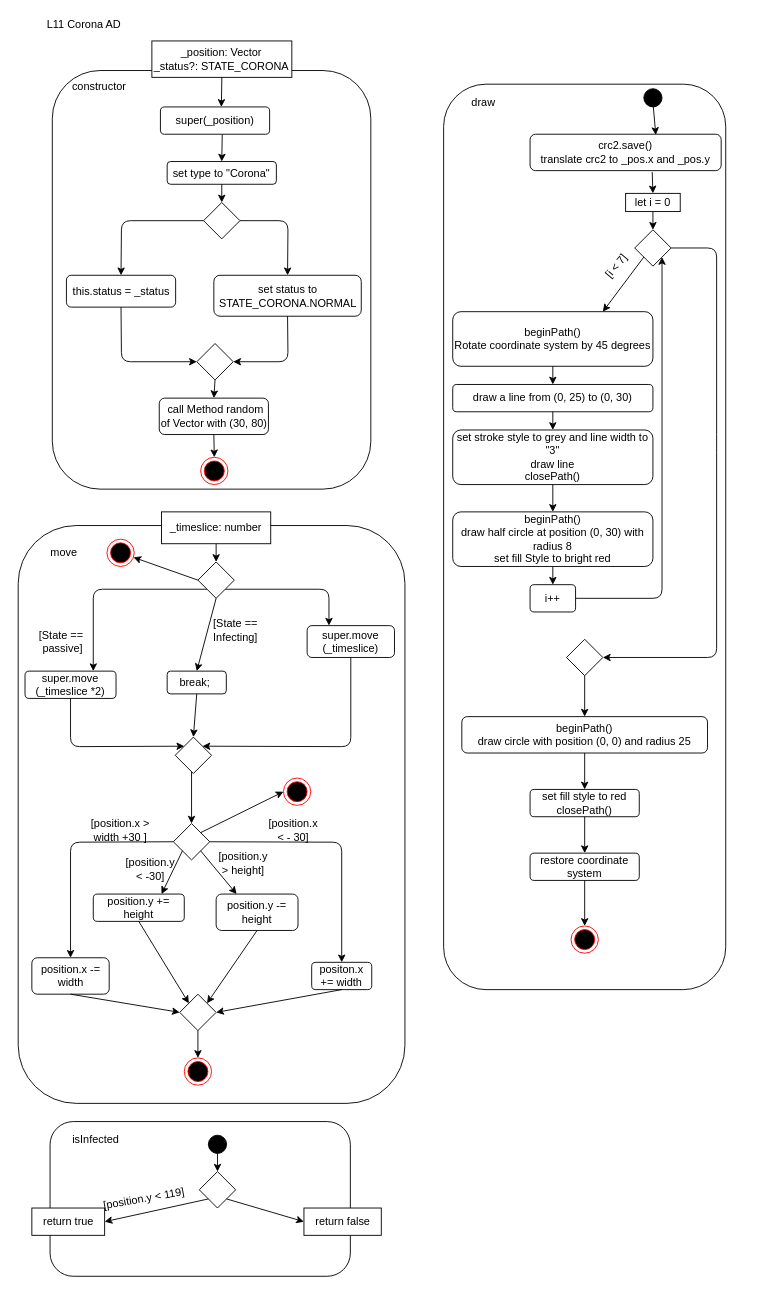
Above: page "Corona_AD" (6 of 7) of L11_Advanced/Abgabe/Konzeption/L11_AD_Classes.drawio in KohlerAl/EIA2 (draw.io), before the change. Source tidied: cells renumbered, new cells numbered last; positions are measured from the earlier drawing's top-left corner, leaving out a move shared by most shapes. Both pictures are drawn from the tidied source at 91%, with x=0, y=0 at pixel (15, 15).
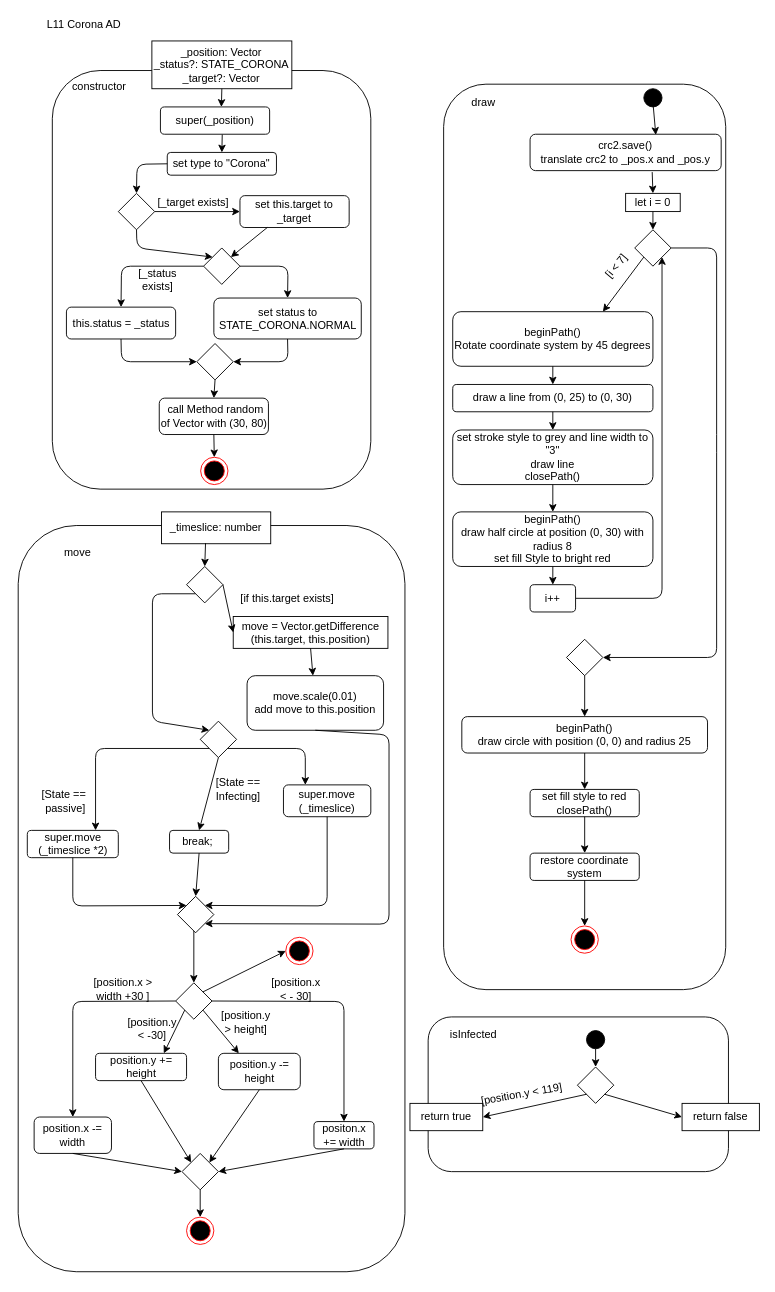
After the change.

The change refers to these unchanged cells:
```xml
<mxCell id="42" value="_timeslice: number" style="rounded=0;whiteSpace=wrap;html=1;" parent="1" vertex="1">
  <mxGeometry x="160" y="545" width="120" height="35" as="geometry" />
</mxCell>
```

Diff of the diagram source:
```diff
@@
-    <mxCell id="4" value="_position: Vector&lt;br&gt;_status?: STATE_CORONA" style="rounded=0;whiteSpace=wrap;html=1;" parent="1" vertex="1">
-      <mxGeometry x="149.4" y="27.5" width="153.8" height="40" as="geometry" />
+    <mxCell id="4" value="_position: Vector&lt;br&gt;_status?: STATE_CORONA&lt;br&gt;_target?: Vector" style="rounded=0;whiteSpace=wrap;html=1;" parent="1" vertex="1">
+      <mxGeometry x="149.4" y="27.5" width="153.8" height="52.5" as="geometry" />
     </mxCell>
@@
     <mxCell id="40" style="rounded=1;whiteSpace=wrap;html=1;" parent="1" vertex="1">
-      <mxGeometry x="2.5" y="560" width="425" height="635" as="geometry" />
+      <mxGeometry x="2.5" y="560" width="425" height="820" as="geometry" />
     </mxCell>
     <mxCell id="41" value="move" style="text;html=1;strokeColor=none;fillColor=none;align=center;verticalAlign=middle;whiteSpace=wrap;rounded=0;" parent="1" vertex="1">
-      <mxGeometry x="32.5" y="580" width="40" height="20" as="geometry" />
+      <mxGeometry x="47.5" y="580" width="40" height="20" as="geometry" />
     </mxCell>
@@
     <mxCell id="43" style="rhombus;whiteSpace=wrap;html=1;" parent="1" vertex="1">
-      <mxGeometry x="173" y="887.5" width="40" height="40" as="geometry" />
+      <mxGeometry x="175.5" y="1062.5" width="40" height="40" as="geometry" />
     </mxCell>
     <mxCell id="44" value="position.y += height" style="rounded=1;whiteSpace=wrap;html=1;" parent="1" vertex="1">
-      <mxGeometry x="85" y="965" width="100" height="30" as="geometry" />
+      <mxGeometry x="87.5" y="1140" width="100" height="30" as="geometry" />
     </mxCell>
     <mxCell id="45" value="position.y -= height" style="rounded=1;whiteSpace=wrap;html=1;" parent="1" vertex="1">
-      <mxGeometry x="220" y="965" width="90" height="40" as="geometry" />
+      <mxGeometry x="222.5" y="1140" width="90" height="40" as="geometry" />
     </mxCell>
     <mxCell id="46" style="rhombus;whiteSpace=wrap;html=1;" parent="1" vertex="1">
-      <mxGeometry x="180" y="1075" width="40" height="40" as="geometry" />
+      <mxGeometry x="182.5" y="1250" width="40" height="40" as="geometry" />
     </mxCell>
     <mxCell id="47" style="ellipse;html=1;shape=endState;fillColor=#000000;strokeColor=#ff0000;" parent="1" vertex="1">
-      <mxGeometry x="185" y="1145" width="30" height="30" as="geometry" />
+      <mxGeometry x="187.5" y="1320" width="30" height="30" as="geometry" />
     </mxCell>
@@
     <mxCell id="53" style="ellipse;html=1;shape=endState;fillColor=#000000;strokeColor=#ff0000;" parent="1" vertex="1">
-      <mxGeometry x="294" y="837.5" width="30" height="30" as="geometry" />
+      <mxGeometry x="296.5" y="1012.5" width="30" height="30" as="geometry" />
     </mxCell>
     <mxCell id="54" style="endArrow=classic;html=1;exitX=0.5;exitY=1;exitDx=0;exitDy=0;entryX=0.5;entryY=0;entryDx=0;entryDy=0;" parent="1" edge="1" target="43">
       <mxGeometry relative="1" as="geometry">
-        <mxPoint x="193" y="830" as="sourcePoint" />
+        <mxPoint x="195.5" y="1005" as="sourcePoint" />
       </mxGeometry>
     </mxCell>
-    <mxCell id="55" style="endArrow=classic;html=1;exitX=0.5;exitY=1;exitDx=0;exitDy=0;entryX=0.5;entryY=0;entryDx=0;entryDy=0;" parent="1" edge="1" source="42" target="85">
-      <mxGeometry relative="1" as="geometry" />
+    <mxCell id="55" style="endArrow=classic;html=1;exitX=0;exitY=1;exitDx=0;exitDy=0;entryX=0;entryY=0;entryDx=0;entryDy=0;" parent="1" edge="1" source="108" target="85">
+      <mxGeometry relative="1" as="geometry">
+        <Array as="points">
+          <mxPoint x="150" y="635" />
+          <mxPoint x="150" y="775" />
+        </Array>
+      </mxGeometry>
     </mxCell>
     <mxCell id="56" value="[position.y &amp;lt; -30]" style="text;html=1;strokeColor=none;fillColor=none;align=center;verticalAlign=middle;whiteSpace=wrap;rounded=0;rotation=0;" parent="1" vertex="1">
-      <mxGeometry x="127.5" y="927.5" width="39.5" height="20" as="geometry" />
+      <mxGeometry x="130" y="1102.5" width="39.5" height="20" as="geometry" />
     </mxCell>
     <mxCell id="57" value="[position.y &amp;gt; height]" style="text;html=1;strokeColor=none;fillColor=none;align=center;verticalAlign=middle;whiteSpace=wrap;rounded=0;rotation=0;" parent="1" vertex="1">
-      <mxGeometry x="225" y="915" width="50" height="32.5" as="geometry" />
+      <mxGeometry x="227.5" y="1090" width="50" height="32.5" as="geometry" />
     </mxCell>
     <mxCell id="58" value="positon.x += width" style="rounded=1;whiteSpace=wrap;html=1;" parent="1" vertex="1">
-      <mxGeometry x="325" y="1040" width="66" height="30" as="geometry" />
+      <mxGeometry x="327.5" y="1215" width="66" height="30" as="geometry" />
     </mxCell>
     <mxCell id="59" value="position.x -= width" style="rounded=1;whiteSpace=wrap;html=1;" parent="1" vertex="1">
-      <mxGeometry x="17.5" y="1035" width="85" height="40" as="geometry" />
+      <mxGeometry x="20" y="1210" width="85" height="40" as="geometry" />
     </mxCell>
     <mxCell id="60" style="endArrow=classic;html=1;exitX=0;exitY=0.5;exitDx=0;exitDy=0;entryX=0.5;entryY=0;entryDx=0;entryDy=0;" parent="1" edge="1" source="43" target="59">
       <mxGeometry relative="1" as="geometry">
         <Array as="points">
-          <mxPoint x="60" y="908" />
+          <mxPoint x="62.5" y="1083" />
         </Array>
       </mxGeometry>
     </mxCell>
     <mxCell id="61" style="endArrow=classic;html=1;exitX=1;exitY=0.5;exitDx=0;exitDy=0;entryX=0.5;entryY=0;entryDx=0;entryDy=0;" parent="1" edge="1" source="43" target="58">
       <mxGeometry relative="1" as="geometry">
         <Array as="points">
-          <mxPoint x="358" y="908" />
+          <mxPoint x="360.5" y="1083" />
         </Array>
       </mxGeometry>
     </mxCell>
@@
     <mxCell id="65" value="[position.x &amp;gt; width +30 ]" style="text;html=1;strokeColor=none;fillColor=none;align=center;verticalAlign=middle;whiteSpace=wrap;rounded=0;" parent="1" vertex="1">
-      <mxGeometry x="80" y="885" width="70" height="20" as="geometry" />
+      <mxGeometry x="82.5" y="1060" width="70" height="20" as="geometry" />
     </mxCell>
     <mxCell id="66" value="[position.x &amp;lt; - 30]" style="text;html=1;strokeColor=none;fillColor=none;align=center;verticalAlign=middle;whiteSpace=wrap;rounded=0;" parent="1" vertex="1">
-      <mxGeometry x="275" y="885" width="60" height="20" as="geometry" />
+      <mxGeometry x="277.5" y="1060" width="60" height="20" as="geometry" />
     </mxCell>
     <mxCell id="67" style="rounded=1;whiteSpace=wrap;html=1;" parent="1" vertex="1">
-      <mxGeometry x="37.5" y="1215" width="330" height="170" as="geometry" />
+      <mxGeometry x="453" y="1100" width="330" height="170" as="geometry" />
     </mxCell>
     <mxCell id="68" style="ellipse;whiteSpace=wrap;html=1;fillColor=#000000;" parent="1" vertex="1">
-      <mxGeometry x="211.5" y="1230" width="20" height="20" as="geometry" />
+      <mxGeometry x="627" y="1115" width="20" height="20" as="geometry" />
     </mxCell>
     <mxCell id="69" style="rhombus;whiteSpace=wrap;html=1;fillColor=#FFFFFF;" parent="1" vertex="1">
-      <mxGeometry x="201.5" y="1270" width="40" height="40" as="geometry" />
+      <mxGeometry x="617" y="1155" width="40" height="40" as="geometry" />
     </mxCell>
     <mxCell id="70" value="isInfected" style="text;html=1;strokeColor=none;fillColor=none;align=center;verticalAlign=middle;whiteSpace=wrap;rounded=0;" parent="1" vertex="1">
-      <mxGeometry x="67.5" y="1225" width="40" height="20" as="geometry" />
+      <mxGeometry x="483" y="1110" width="40" height="20" as="geometry" />
     </mxCell>
     <mxCell id="71" value="return true" style="rounded=0;whiteSpace=wrap;html=1;fillColor=#FFFFFF;" parent="1" vertex="1">
-      <mxGeometry x="17.5" y="1310" width="80" height="30" as="geometry" />
+      <mxGeometry x="433" y="1195" width="80" height="30" as="geometry" />
     </mxCell>
     <mxCell id="72" value="return false" style="rounded=0;whiteSpace=wrap;html=1;fillColor=#FFFFFF;" parent="1" vertex="1">
-      <mxGeometry x="316.5" y="1310" width="85" height="30" as="geometry" />
+      <mxGeometry x="732" y="1195" width="85" height="30" as="geometry" />
     </mxCell>
@@
     <mxCell id="75" style="endArrow=classic;html=1;exitX=0.5;exitY=1;exitDx=0;exitDy=0;" parent="1" edge="1" source="68">
       <mxGeometry relative="1" as="geometry">
-        <mxPoint x="221.5" y="1270" as="targetPoint" />
+        <mxPoint x="637" y="1155" as="targetPoint" />
       </mxGeometry>
     </mxCell>
     <mxCell id="76" value="[position.y &amp;lt; 119]" style="text;html=1;strokeColor=none;fillColor=none;align=center;verticalAlign=middle;whiteSpace=wrap;rounded=0;rotation=-10;" parent="1" vertex="1">
-      <mxGeometry x="85.5" y="1290" width="110" height="20" as="geometry" />
+      <mxGeometry x="501" y="1175" width="110" height="20" as="geometry" />
     </mxCell>
     <mxCell id="77" value="super.move&lt;br&gt;(_timeslice *2)" style="rounded=1;whiteSpace=wrap;html=1;" parent="1" vertex="1">
-      <mxGeometry x="10" y="720" width="100" height="30" as="geometry" />
+      <mxGeometry x="12.5" y="895" width="100" height="30" as="geometry" />
     </mxCell>
     <mxCell id="78" value="super.move&lt;br&gt;(_timeslice)" style="rounded=1;whiteSpace=wrap;html=1;" parent="1" vertex="1">
-      <mxGeometry x="320" y="670" width="96" height="35" as="geometry" />
+      <mxGeometry x="294" y="845" width="96" height="35" as="geometry" />
     </mxCell>
     <mxCell id="79" style="endArrow=classic;html=1;exitX=0;exitY=1;exitDx=0;exitDy=0;entryX=0.75;entryY=0;entryDx=0;entryDy=0;" parent="1" edge="1" source="85" target="77">
       <mxGeometry relative="1" as="geometry">
         <Array as="points">
-          <mxPoint x="85" y="630" />
+          <mxPoint x="87.5" y="805" />
         </Array>
       </mxGeometry>
     </mxCell>
     <mxCell id="80" style="endArrow=classic;html=1;exitX=1;exitY=1;exitDx=0;exitDy=0;entryX=0.25;entryY=0;entryDx=0;entryDy=0;" parent="1" edge="1" source="85" target="78">
       <mxGeometry relative="1" as="geometry">
         <Array as="points">
-          <mxPoint x="344" y="630" />
+          <mxPoint x="318" y="805" />
         </Array>
       </mxGeometry>
     </mxCell>
     <mxCell id="81" style="rhombus;whiteSpace=wrap;html=1;" parent="1" vertex="1">
-      <mxGeometry x="175" y="792.5" width="40" height="40" as="geometry" />
+      <mxGeometry x="177.5" y="967.5" width="40" height="40" as="geometry" />
     </mxCell>
     <mxCell id="82" style="endArrow=classic;html=1;exitX=0.5;exitY=1;exitDx=0;exitDy=0;entryX=0;entryY=0;entryDx=0;entryDy=0;" parent="1" edge="1" source="77" target="81">
       <mxGeometry relative="1" as="geometry">
         <Array as="points">
-          <mxPoint x="60" y="803" />
+          <mxPoint x="62.5" y="978" />
         </Array>
       </mxGeometry>
     </mxCell>
     <mxCell id="83" style="endArrow=classic;html=1;exitX=0.5;exitY=1;exitDx=0;exitDy=0;entryX=1;entryY=0;entryDx=0;entryDy=0;" parent="1" edge="1" source="78" target="81">
       <mxGeometry relative="1" as="geometry">
         <Array as="points">
-          <mxPoint x="368" y="803" />
+          <mxPoint x="342" y="978" />
         </Array>
       </mxGeometry>
     </mxCell>
@@
     <mxCell id="85" style="rhombus;whiteSpace=wrap;html=1;" parent="1" vertex="1">
-      <mxGeometry x="200" y="600" width="40" height="40" as="geometry" />
+      <mxGeometry x="202.5" y="775" width="40" height="40" as="geometry" />
     </mxCell>
-    <mxCell id="86" style="endArrow=classic;html=1;exitX=0;exitY=0.5;exitDx=0;exitDy=0;" parent="1" edge="1" source="85" target="87">
-      <mxGeometry relative="1" as="geometry" />
-    </mxCell>
-    <mxCell id="87" style="ellipse;html=1;shape=endState;fillColor=#000000;strokeColor=#ff0000;" parent="1" vertex="1">
-      <mxGeometry x="100" y="575" width="30" height="30" as="geometry" />
-    </mxCell>
@@
     <mxCell id="89" value="set type to &quot;Corona&quot;" style="rounded=1;whiteSpace=wrap;html=1;" parent="1" vertex="1">
-      <mxGeometry x="166.2" y="160" width="120" height="25" as="geometry" />
+      <mxGeometry x="166.3" y="150" width="120" height="25" as="geometry" />
     </mxCell>
@@
     <mxCell id="91" style="rhombus;whiteSpace=wrap;html=1;" parent="1" vertex="1">
-      <mxGeometry x="206.2" y="205" width="40" height="40" as="geometry" />
+      <mxGeometry x="206.2" y="255" width="40" height="40" as="geometry" />
     </mxCell>
-    <mxCell id="92" style="endArrow=classic;html=1;exitX=0.5;exitY=1;exitDx=0;exitDy=0;entryX=0.5;entryY=0;entryDx=0;entryDy=0;" parent="1" edge="1" source="89" target="91">
-      <mxGeometry relative="1" as="geometry" />
+    <mxCell id="92" style="endArrow=classic;html=1;exitX=0.5;exitY=1;exitDx=0;exitDy=0;entryX=0;entryY=0;entryDx=0;entryDy=0;" parent="1" edge="1" source="114" target="91">
+      <mxGeometry relative="1" as="geometry">
+        <Array as="points">
+          <mxPoint x="133" y="255" />
+        </Array>
+      </mxGeometry>
     </mxCell>
     <mxCell id="93" value="this.status = _status" style="rounded=1;whiteSpace=wrap;html=1;" parent="1" vertex="1">
-      <mxGeometry x="55.5" y="285" width="120" height="35" as="geometry" />
+      <mxGeometry x="55.5" y="320" width="120" height="35" as="geometry" />
     </mxCell>
     <mxCell id="94" value="set status to STATE_CORONA.NORMAL" style="rounded=1;whiteSpace=wrap;html=1;" parent="1" vertex="1">
-      <mxGeometry x="217.5" y="285" width="162" height="45" as="geometry" />
+      <mxGeometry x="217.5" y="310" width="162" height="45" as="geometry" />
     </mxCell>
     <mxCell id="95" style="endArrow=classic;html=1;exitX=0;exitY=0.5;exitDx=0;exitDy=0;entryX=0.5;entryY=0;entryDx=0;entryDy=0;" parent="1" edge="1" source="91" target="93">
       <mxGeometry relative="1" as="geometry">
         <Array as="points">
-          <mxPoint x="116" y="225" />
+          <mxPoint x="116" y="275" />
         </Array>
       </mxGeometry>
     </mxCell>
     <mxCell id="96" style="endArrow=classic;html=1;exitX=1;exitY=0.5;exitDx=0;exitDy=0;entryX=0.5;entryY=0;entryDx=0;entryDy=0;" parent="1" edge="1" source="91" target="94">
       <mxGeometry relative="1" as="geometry">
         <Array as="points">
-          <mxPoint x="299" y="225" />
+          <mxPoint x="299" y="275" />
         </Array>
       </mxGeometry>
     </mxCell>
@@
     <mxCell id="101" value="break;&amp;nbsp;" style="rounded=1;whiteSpace=wrap;html=1;" parent="1" vertex="1">
-      <mxGeometry x="166.2" y="720" width="65" height="25" as="geometry" />
+      <mxGeometry x="168.8" y="895" width="65" height="25" as="geometry" />
     </mxCell>
@@
     <mxCell id="104" value="[State ==&lt;br&gt;&amp;nbsp;passive]" style="text;html=1;strokeColor=none;fillColor=none;align=center;verticalAlign=middle;whiteSpace=wrap;rounded=0;" parent="1" vertex="1">
-      <mxGeometry y="677.5" width="100" height="20" as="geometry" />
+      <mxGeometry x="2.5" y="852.5" width="100" height="20" as="geometry" />
     </mxCell>
     <mxCell id="105" value="[State == Infecting]" style="text;html=1;strokeColor=none;fillColor=none;align=center;verticalAlign=middle;whiteSpace=wrap;rounded=0;" parent="1" vertex="1">
-      <mxGeometry x="213" y="665" width="57" height="20" as="geometry" />
+      <mxGeometry x="215.5" y="840" width="57" height="20" as="geometry" />
     </mxCell>
+    <mxCell id="106" value="move = Vector.getDifference&lt;br&gt;(this.target, this.position)" style="rounded=0;whiteSpace=wrap;html=1;" parent="1" vertex="1">
+      <mxGeometry x="238.8" y="660" width="170" height="35" as="geometry" />
+    </mxCell>
+    <mxCell id="107" value="move.scale(0.01)&lt;br&gt;add move to this.position" style="rounded=1;whiteSpace=wrap;html=1;" parent="1" vertex="1">
+      <mxGeometry x="254" y="725" width="150" height="60" as="geometry" />
+    </mxCell>
+    <mxCell id="108" style="rhombus;whiteSpace=wrap;html=1;" parent="1" vertex="1">
+      <mxGeometry x="187.5" y="605" width="40" height="40" as="geometry" />
+    </mxCell>
+    <mxCell id="109" style="endArrow=classic;html=1;entryX=0;entryY=0.5;entryDx=0;entryDy=0;exitX=1;exitY=0.5;exitDx=0;exitDy=0;" parent="1" edge="1" source="108" target="106">
+      <mxGeometry relative="1" as="geometry" />
+    </mxCell>
+    <mxCell id="110" style="endArrow=classic;html=1;exitX=0.5;exitY=1;exitDx=0;exitDy=0;" parent="1" edge="1" source="106" target="107">
+      <mxGeometry relative="1" as="geometry" />
+    </mxCell>
+    <mxCell id="111" style="endArrow=classic;html=1;exitX=0.5;exitY=1;exitDx=0;exitDy=0;entryX=1;entryY=1;entryDx=0;entryDy=0;" parent="1" edge="1" source="107" target="81">
+      <mxGeometry relative="1" as="geometry">
+        <Array as="points">
+          <mxPoint x="410" y="790" />
+          <mxPoint x="410" y="998" />
+        </Array>
+      </mxGeometry>
+    </mxCell>
+    <mxCell id="112" style="endArrow=classic;html=1;exitX=0.403;exitY=0.983;exitDx=0;exitDy=0;exitPerimeter=0;entryX=0.5;entryY=0;entryDx=0;entryDy=0;" parent="1" edge="1" source="42" target="108">
+      <mxGeometry relative="1" as="geometry" />
+    </mxCell>
+    <mxCell id="113" value="[if this.target exists]" style="text;html=1;strokeColor=none;fillColor=none;align=center;verticalAlign=middle;whiteSpace=wrap;rounded=0;" parent="1" vertex="1">
+      <mxGeometry x="240.1" y="630" width="116.9" height="20" as="geometry" />
+    </mxCell>
+    <mxCell id="114" style="rhombus;whiteSpace=wrap;html=1;" parent="1" vertex="1">
+      <mxGeometry x="112.5" y="195" width="40" height="40" as="geometry" />
+    </mxCell>
+    <mxCell id="115" style="endArrow=classic;html=1;exitX=0;exitY=0.5;exitDx=0;exitDy=0;entryX=0.5;entryY=0;entryDx=0;entryDy=0;" parent="1" edge="1" source="89" target="114">
+      <mxGeometry relative="1" as="geometry">
+        <Array as="points">
+          <mxPoint x="133" y="163" />
+        </Array>
+      </mxGeometry>
+    </mxCell>
+    <mxCell id="116" value="set this.target to _target" style="rounded=1;whiteSpace=wrap;html=1;" parent="1" vertex="1">
+      <mxGeometry x="246.2" y="197.5" width="120" height="35" as="geometry" />
+    </mxCell>
+    <mxCell id="117" style="endArrow=classic;html=1;exitX=1;exitY=0.5;exitDx=0;exitDy=0;entryX=0;entryY=0.5;entryDx=0;entryDy=0;" parent="1" edge="1" source="114" target="116">
+      <mxGeometry relative="1" as="geometry" />
+    </mxCell>
+    <mxCell id="118" style="endArrow=classic;html=1;exitX=0.25;exitY=1;exitDx=0;exitDy=0;entryX=1;entryY=0;entryDx=0;entryDy=0;" parent="1" edge="1" source="116" target="91">
+      <mxGeometry relative="1" as="geometry" />
+    </mxCell>
+    <mxCell id="119" value="[_target exists]" style="text;html=1;strokeColor=none;fillColor=none;align=center;verticalAlign=middle;whiteSpace=wrap;rounded=0;" parent="1" vertex="1">
+      <mxGeometry x="152.5" y="195" width="84" height="20" as="geometry" />
+    </mxCell>
+    <mxCell id="120" value="[_status exists]" style="text;html=1;strokeColor=none;fillColor=none;align=center;verticalAlign=middle;whiteSpace=wrap;rounded=0;" parent="1" vertex="1">
+      <mxGeometry x="136" y="280" width="40" height="20" as="geometry" />
+    </mxCell>
```
